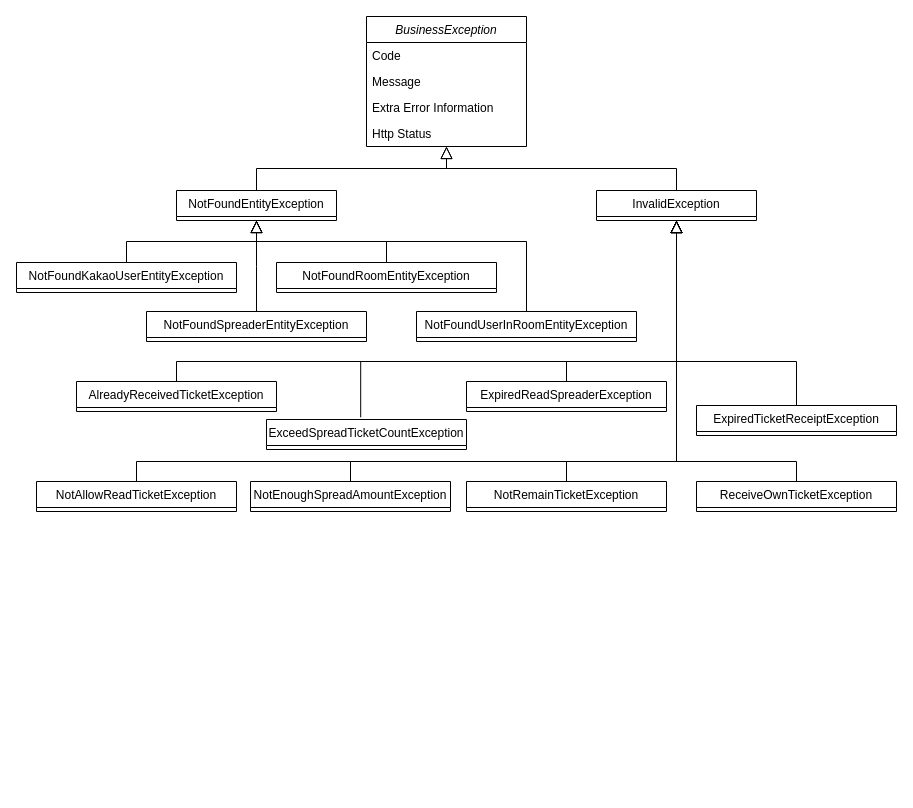
Above: src/docs/Untitled Diagram.drawio in geeshow/MoneySpreader (draw.io), before the change. Source tidied: cells renumbered, new cells numbered last; positions are measured from the earlier drawing's top-left corner, leaving out a move shared by most shapes. Both pictures are drawn from the tidied source at 100%, with x=0, y=0 at pixel (16, 16).
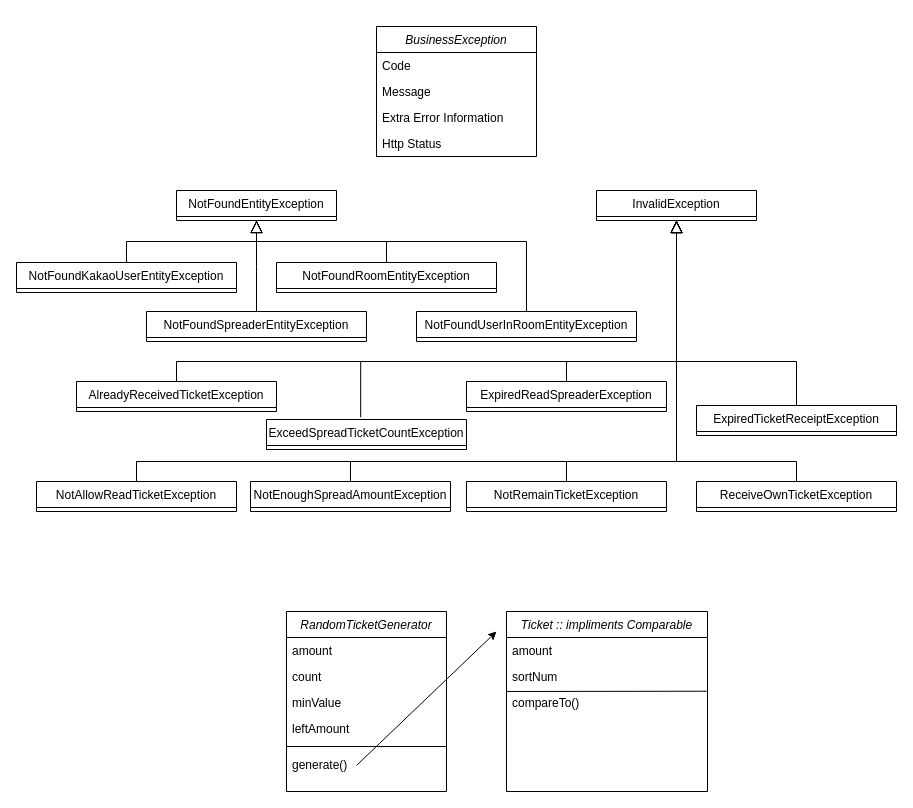
The same diagram, later.

The change refers to these unchanged cells:
```xml
<mxCell id="7" value="NotFoundEntityException" style="swimlane;fontStyle=0;align=center;verticalAlign=top;horizontal=1;startSize=26;rounded=0;shadow=0;strokeWidth=1;" parent="1" vertex="1">
  <mxGeometry x="160" y="174" width="160" height="30" as="geometry" />
</mxCell>
<mxCell id="9" value="InvalidException" style="swimlane;fontStyle=0;align=center;verticalAlign=top;horizontal=1;startSize=26;rounded=0;shadow=0;strokeWidth=1;" parent="1" vertex="1">
  <mxGeometry x="580" y="174" width="160" height="30" as="geometry" />
</mxCell>
```

Change to the diagram source:
```diff
@@
-    <mxCell id="2" value="BusinessException" style="swimlane;fontStyle=2;align=center;verticalAlign=top;horizontal=1;startSize=26;rounded=0;shadow=0;strokeWidth=1;" parent="1" vertex="1">
-      <mxGeometry x="350" width="160" height="130" as="geometry" />
+    <mxCell id="2" value="RandomTicketGenerator" style="swimlane;fontStyle=2;align=center;verticalAlign=top;horizontal=1;startSize=26;rounded=0;shadow=0;strokeWidth=1;" parent="1" vertex="1">
+      <mxGeometry x="270" y="595" width="160" height="180" as="geometry" />
     </mxCell>
-    <mxCell id="3" value="Code" style="text;align=left;verticalAlign=top;spacingLeft=4;spacingRight=4;overflow=hidden;" parent="2" vertex="1">
+    <mxCell id="3" value="amount" style="text;align=left;verticalAlign=top;spacingLeft=4;spacingRight=4;overflow=hidden;" parent="2" vertex="1">
       <mxGeometry y="26" width="160" height="26" as="geometry" />
     </mxCell>
-    <mxCell id="4" value="Message" style="text;align=left;verticalAlign=top;spacingLeft=4;spacingRight=4;overflow=hidden;rounded=0;shadow=0;html=0;" parent="2" vertex="1">
+    <mxCell id="4" value="count" style="text;align=left;verticalAlign=top;spacingLeft=4;spacingRight=4;overflow=hidden;rounded=0;shadow=0;html=0;" parent="2" vertex="1">
       <mxGeometry y="52" width="160" height="26" as="geometry" />
     </mxCell>
-    <mxCell id="5" value="Extra Error Information" style="text;align=left;verticalAlign=top;spacingLeft=4;spacingRight=4;overflow=hidden;rounded=0;shadow=0;html=0;" parent="2" vertex="1">
+    <mxCell id="5" value="minValue" style="text;align=left;verticalAlign=top;spacingLeft=4;spacingRight=4;overflow=hidden;rounded=0;shadow=0;html=0;" parent="2" vertex="1">
       <mxGeometry y="78" width="160" height="26" as="geometry" />
     </mxCell>
-    <mxCell id="6" value="Http Status" style="text;align=left;verticalAlign=top;spacingLeft=4;spacingRight=4;overflow=hidden;" parent="2" vertex="1">
-      <mxGeometry y="104" width="160" height="26" as="geometry" />
+    <mxCell id="6" value="leftAmount" style="text;align=left;verticalAlign=top;spacingLeft=4;spacingRight=4;overflow=hidden;" parent="2" vertex="1">
+      <mxGeometry y="104" width="160" height="36" as="geometry" />
     </mxCell>
+    <mxCell id="35" style="endArrow=none;html=1;entryX=1;entryY=0.5;entryDx=0;entryDy=0;exitX=0;exitY=0.5;exitDx=0;exitDy=0;" parent="2" edge="1">
+      <mxGeometry relative="1" as="geometry">
+        <mxPoint y="135" as="sourcePoint" />
+        <mxPoint x="160" y="135" as="targetPoint" />
+      </mxGeometry>
+    </mxCell>
+    <mxCell id="36" style="endArrow=classic;html=1;" parent="2" edge="1">
+      <mxGeometry relative="1" as="geometry">
+        <mxPoint x="70" y="154" as="sourcePoint" />
+        <mxPoint x="210" y="20" as="targetPoint" />
+      </mxGeometry>
+    </mxCell>
+    <mxCell id="37" value="generate()" style="text;align=left;verticalAlign=top;spacingLeft=4;spacingRight=4;overflow=hidden;" parent="2" vertex="1">
+      <mxGeometry y="140" width="160" height="36" as="geometry" />
+    </mxCell>
@@
-    <mxCell id="8" style="endArrow=block;endSize=10;endFill=0;shadow=0;strokeWidth=1;rounded=0;edgeStyle=elbowEdgeStyle;elbow=vertical;" parent="1" edge="1" source="7" target="2">
-      <mxGeometry relative="1" as="geometry" />
-    </mxCell>
@@
-    <mxCell id="10" style="endArrow=block;endSize=10;endFill=0;shadow=0;strokeWidth=1;rounded=0;edgeStyle=elbowEdgeStyle;elbow=vertical;" parent="1" edge="1" source="9" target="2">
-      <mxGeometry relative="1" as="geometry" />
-    </mxCell>
@@
+    <mxCell id="38" value="BusinessException" style="swimlane;fontStyle=2;align=center;verticalAlign=top;horizontal=1;startSize=26;rounded=0;shadow=0;strokeWidth=1;" parent="1" vertex="1">
+      <mxGeometry x="360" y="10" width="160" height="130" as="geometry" />
+    </mxCell>
+    <mxCell id="39" value="Code" style="text;align=left;verticalAlign=top;spacingLeft=4;spacingRight=4;overflow=hidden;" parent="38" vertex="1">
+      <mxGeometry y="26" width="160" height="26" as="geometry" />
+    </mxCell>
+    <mxCell id="40" value="Message" style="text;align=left;verticalAlign=top;spacingLeft=4;spacingRight=4;overflow=hidden;rounded=0;shadow=0;html=0;" parent="38" vertex="1">
+      <mxGeometry y="52" width="160" height="26" as="geometry" />
+    </mxCell>
+    <mxCell id="41" value="Extra Error Information" style="text;align=left;verticalAlign=top;spacingLeft=4;spacingRight=4;overflow=hidden;rounded=0;shadow=0;html=0;" parent="38" vertex="1">
+      <mxGeometry y="78" width="160" height="26" as="geometry" />
+    </mxCell>
+    <mxCell id="42" value="Http Status" style="text;align=left;verticalAlign=top;spacingLeft=4;spacingRight=4;overflow=hidden;" parent="38" vertex="1">
+      <mxGeometry y="104" width="160" height="26" as="geometry" />
+    </mxCell>
+    <mxCell id="43" value="Ticket :: impliments Comparable" style="swimlane;fontStyle=2;align=center;verticalAlign=top;horizontal=1;startSize=26;rounded=0;shadow=0;strokeWidth=1;fillColor=#FFFFFF;" parent="1" vertex="1">
+      <mxGeometry x="490" y="595" width="201" height="180" as="geometry" />
+    </mxCell>
+    <mxCell id="44" value="amount" style="text;align=left;verticalAlign=top;spacingLeft=4;spacingRight=4;overflow=hidden;" parent="43" vertex="1">
+      <mxGeometry y="26" width="201" height="26" as="geometry" />
+    </mxCell>
+    <mxCell id="45" value="sortNum" style="text;align=left;verticalAlign=top;spacingLeft=4;spacingRight=4;overflow=hidden;rounded=0;shadow=0;html=0;" parent="43" vertex="1">
+      <mxGeometry y="52" width="201" height="26" as="geometry" />
+    </mxCell>
+    <mxCell id="46" style="endArrow=none;html=1;exitX=0;exitY=0.5;exitDx=0;exitDy=0;entryX=0.996;entryY=0.048;entryDx=0;entryDy=0;entryPerimeter=0;" parent="43" edge="1" target="47">
+      <mxGeometry relative="1" as="geometry">
+        <mxPoint y="80" as="sourcePoint" />
+      </mxGeometry>
+    </mxCell>
+    <mxCell id="47" value="compareTo()" style="text;align=left;verticalAlign=top;spacingLeft=4;spacingRight=4;overflow=hidden;points=[[0,0.5],[1,0.5]];portConstraint=eastwest;" parent="43" vertex="1">
+      <mxGeometry y="78" width="201" height="36" as="geometry" />
+    </mxCell>
```
